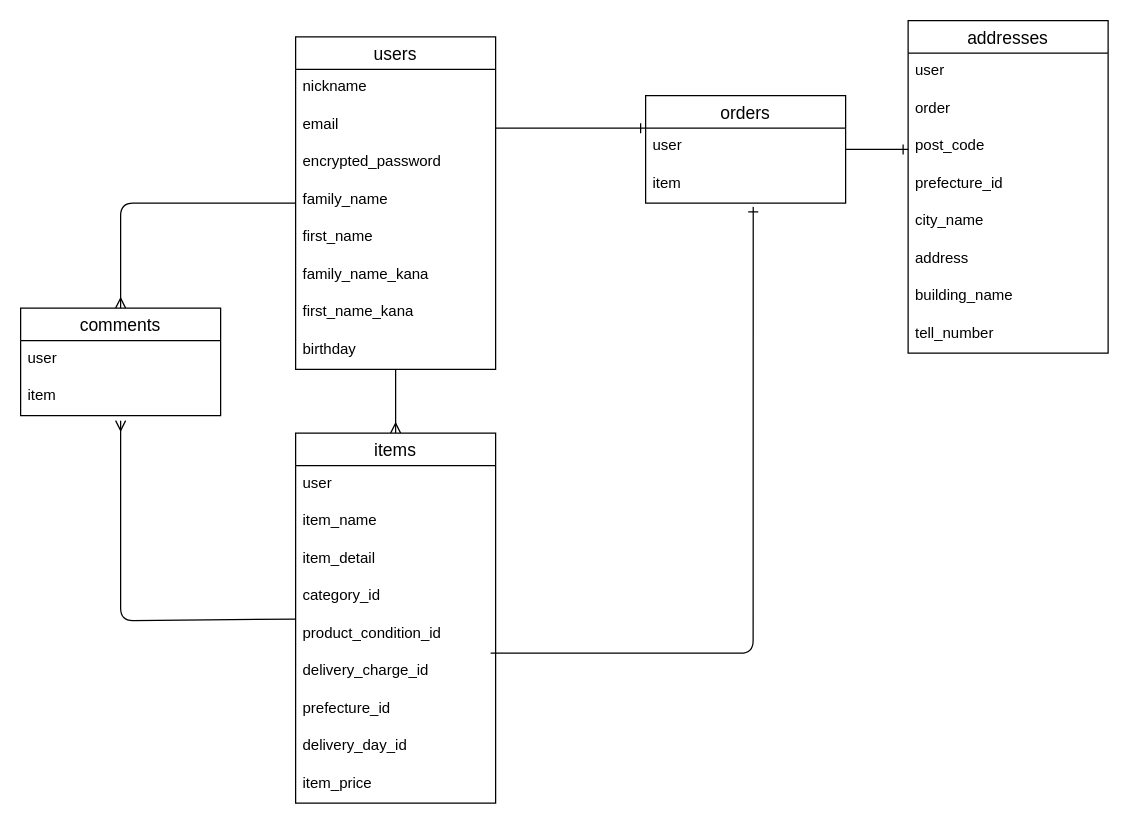
This is furima.dio from metamaru/furima-40260, a draw.io file, before an edit. Source tidied: cells renumbered, new cells numbered last; positions are measured from the earlier drawing's top-left corner, leaving out a move shared by most shapes. Both pictures are drawn from the tidied source at 125%, with x=0, y=0 at pixel (20, 20).
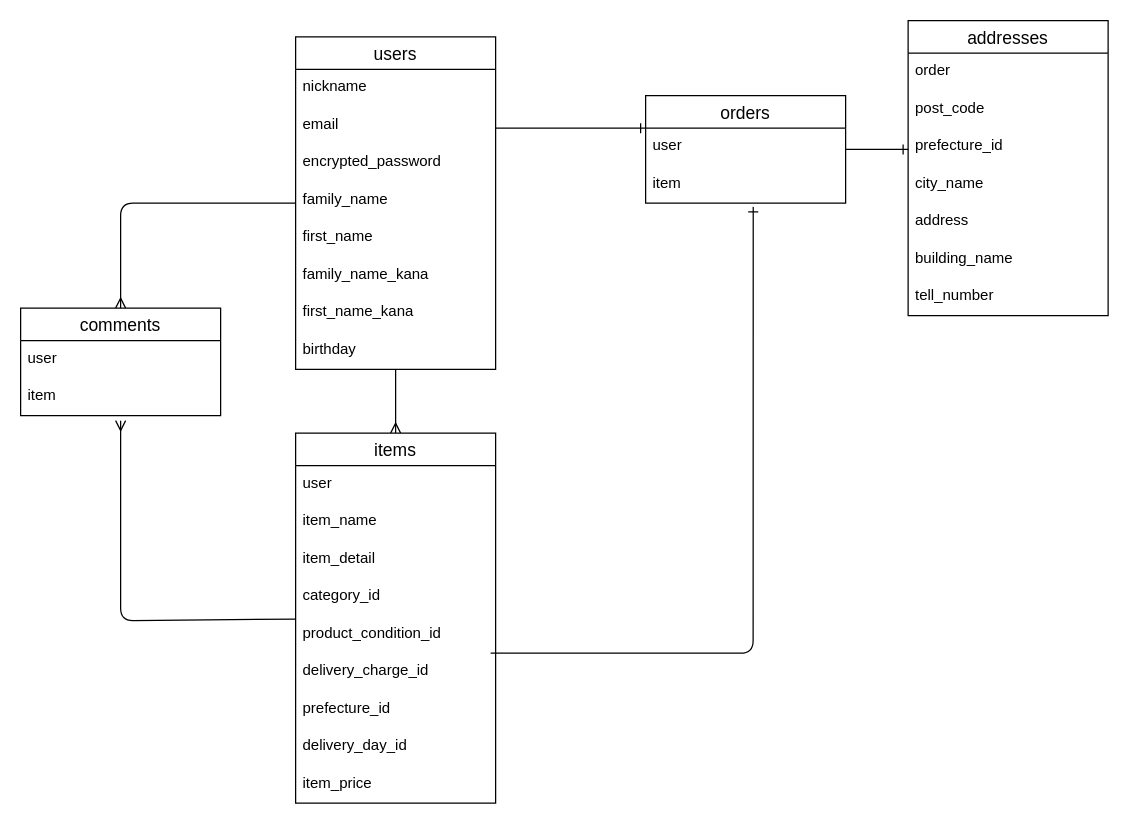
The same page after the edit.

Commit message (it also covers changes not shown here):
テーブル設計5度目の修正

The edit, as a diff of the source:
```diff
@@
     <mxCell id="29" value="addresses" style="swimlane;fontStyle=0;horizontal=1;startSize=26;align=center;fontSize=14;" parent="1" vertex="1">
-      <mxGeometry x="710" width="160" height="266" as="geometry" />
+      <mxGeometry x="710" width="160" height="236" as="geometry" />
     </mxCell>
-    <mxCell id="30" value="user" style="text;strokeColor=none;fillColor=none;spacingLeft=4;spacingRight=4;overflow=hidden;fontSize=12;" parent="29" vertex="1">
-      <mxGeometry y="26" width="160" height="30" as="geometry" />
-    </mxCell>
     <mxCell id="31" value="order" style="text;strokeColor=none;fillColor=none;spacingLeft=4;spacingRight=4;overflow=hidden;fontSize=12;" parent="29" vertex="1">
-      <mxGeometry y="56" width="160" height="30" as="geometry" />
+      <mxGeometry y="26" width="160" height="30" as="geometry" />
     </mxCell>
     <mxCell id="32" value="post_code" style="text;strokeColor=none;fillColor=none;spacingLeft=4;spacingRight=4;overflow=hidden;fontSize=12;" parent="29" vertex="1">
-      <mxGeometry y="86" width="160" height="30" as="geometry" />
+      <mxGeometry y="56" width="160" height="30" as="geometry" />
     </mxCell>
     <mxCell id="33" value="prefecture_id" style="text;strokeColor=none;fillColor=none;spacingLeft=4;spacingRight=4;overflow=hidden;fontSize=12;" parent="29" vertex="1">
-      <mxGeometry y="116" width="160" height="30" as="geometry" />
+      <mxGeometry y="86" width="160" height="30" as="geometry" />
     </mxCell>
     <mxCell id="34" value="city_name" style="text;strokeColor=none;fillColor=none;spacingLeft=4;spacingRight=4;overflow=hidden;fontSize=12;" parent="29" vertex="1">
-      <mxGeometry y="146" width="160" height="30" as="geometry" />
+      <mxGeometry y="116" width="160" height="30" as="geometry" />
     </mxCell>
     <mxCell id="35" value="address" style="text;strokeColor=none;fillColor=none;spacingLeft=4;spacingRight=4;overflow=hidden;fontSize=12;" parent="29" vertex="1">
-      <mxGeometry y="176" width="160" height="30" as="geometry" />
+      <mxGeometry y="146" width="160" height="30" as="geometry" />
     </mxCell>
     <mxCell id="36" value="building_name" style="text;strokeColor=none;fillColor=none;spacingLeft=4;spacingRight=4;overflow=hidden;fontSize=12;" parent="29" vertex="1">
-      <mxGeometry y="206" width="160" height="30" as="geometry" />
+      <mxGeometry y="176" width="160" height="30" as="geometry" />
     </mxCell>
     <mxCell id="37" value="tell_number" style="text;strokeColor=none;fillColor=none;spacingLeft=4;spacingRight=4;overflow=hidden;fontSize=12;" parent="29" vertex="1">
-      <mxGeometry y="236" width="160" height="30" as="geometry" />
+      <mxGeometry y="206" width="160" height="30" as="geometry" />
     </mxCell>
```
